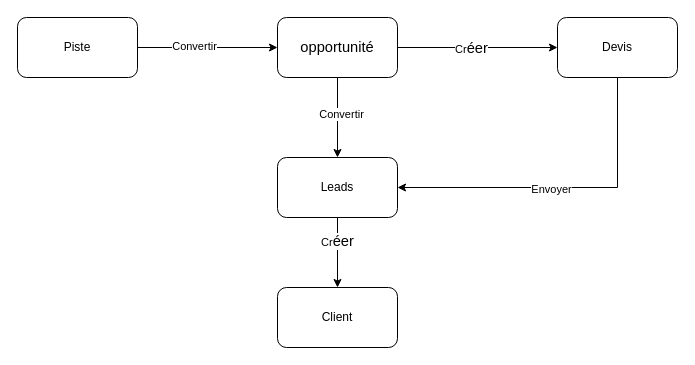
Before: Workflow/Workflow-CRM.drawio in Shermine237/odoo-CRM, a draw.io diagram. Source tidied: cells renumbered, new cells numbered last; positions are measured from the earlier drawing's top-left corner, leaving out a move shared by most shapes. Both pictures are drawn from the tidied source at 100%, with x=0, y=0 at pixel (17, 17).
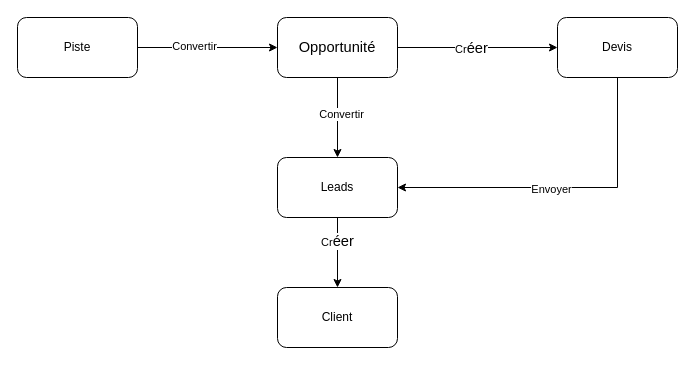
Above is the later version.

Change to the diagram source:
```diff
@@
 <mxGraphModel>
   <root>
     <mxCell id="0" />
     <mxCell id="1" parent="0" />
     <mxCell id="2" style="edgeStyle=orthogonalEdgeStyle;rounded=0;jettySize=auto;html=1;entryX=0;entryY=0.5;entryDx=0;entryDy=0;" parent="1" edge="1" source="4" target="9">
       <mxGeometry relative="1" as="geometry" />
     </mxCell>
     <mxCell id="3" value="Convertir" style="edgeLabel;html=1;align=center;verticalAlign=middle;" parent="2" vertex="1">
       <mxGeometry x="-0.2" y="2" relative="1" as="geometry" />
     </mxCell>
     <mxCell id="4" value="Piste" style="rounded=1;whiteSpace=wrap;html=1;" parent="1" vertex="1">
       <mxGeometry width="120" height="60" as="geometry" />
     </mxCell>
     <mxCell id="5" style="edgeStyle=orthogonalEdgeStyle;rounded=0;jettySize=auto;html=1;exitX=1;exitY=0.5;exitDx=0;exitDy=0;entryX=0;entryY=0.5;entryDx=0;entryDy=0;" parent="1" edge="1" source="9" target="12">
       <mxGeometry relative="1" as="geometry" />
     </mxCell>
     <mxCell id="6" value="Cr&lt;span style=&quot;font-size:11.0pt;line-height:&lt;br/&gt;107%;font-family:&amp;quot;Calibri&amp;quot;,sans-serif;mso-ascii-theme-font:minor-latin;&lt;br/&gt;mso-fareast-font-family:Calibri;mso-fareast-theme-font:minor-latin;mso-hansi-theme-font:&lt;br/&gt;minor-latin;mso-bidi-font-family:&amp;quot;Times New Roman&amp;quot;;mso-bidi-theme-font:minor-bidi;&lt;br/&gt;mso-ansi-language:FR;mso-fareast-language:EN-US;mso-bidi-language:AR-SA&quot; lang=&quot;FR&quot;&gt;éer&lt;/span&gt;" style="edgeLabel;html=1;align=center;verticalAlign=middle;" parent="5" vertex="1">
       <mxGeometry x="-0.09" relative="1" as="geometry" />
     </mxCell>
     <mxCell id="7" style="edgeStyle=orthogonalEdgeStyle;rounded=0;jettySize=auto;html=1;exitX=0.5;exitY=1;exitDx=0;exitDy=0;entryX=0.5;entryY=0;entryDx=0;entryDy=0;" parent="1" edge="1" source="9" target="15">
       <mxGeometry relative="1" as="geometry" />
     </mxCell>
     <mxCell id="8" value="Convertir" style="edgeLabel;html=1;align=center;verticalAlign=middle;" parent="7" vertex="1">
       <mxGeometry x="-0.11" y="3" relative="1" as="geometry" />
     </mxCell>
-    <mxCell id="9" value="&lt;span style=&quot;font-size:11.0pt;line-height:&lt;br/&gt;107%;font-family:&amp;quot;Calibri&amp;quot;,sans-serif;mso-ascii-theme-font:minor-latin;&lt;br/&gt;mso-fareast-font-family:Calibri;mso-fareast-theme-font:minor-latin;mso-hansi-theme-font:&lt;br/&gt;minor-latin;mso-bidi-font-family:&amp;quot;Times New Roman&amp;quot;;mso-bidi-theme-font:minor-bidi;&lt;br/&gt;mso-ansi-language:FR;mso-fareast-language:EN-US;mso-bidi-language:AR-SA&quot; lang=&quot;FR&quot;&gt;opportunité&lt;/span&gt;" style="rounded=1;whiteSpace=wrap;html=1;" parent="1" vertex="1">
+    <mxCell id="9" value="&lt;span style=&quot;font-size:11.0pt;line-height:&lt;br/&gt;107%;font-family:&amp;quot;Calibri&amp;quot;,sans-serif;mso-ascii-theme-font:minor-latin;&lt;br/&gt;mso-fareast-font-family:Calibri;mso-fareast-theme-font:minor-latin;mso-hansi-theme-font:&lt;br/&gt;minor-latin;mso-bidi-font-family:&amp;quot;Times New Roman&amp;quot;;mso-bidi-theme-font:minor-bidi;&lt;br/&gt;mso-ansi-language:FR;mso-fareast-language:EN-US;mso-bidi-language:AR-SA&quot; lang=&quot;FR&quot;&gt;Opportunité&lt;/span&gt;" style="rounded=1;whiteSpace=wrap;html=1;" parent="1" vertex="1">
       <mxGeometry x="260" width="120" height="60" as="geometry" />
     </mxCell>
     <mxCell id="10" style="edgeStyle=orthogonalEdgeStyle;rounded=0;jettySize=auto;html=1;exitX=0.5;exitY=1;exitDx=0;exitDy=0;entryX=1;entryY=0.5;entryDx=0;entryDy=0;" parent="1" edge="1" source="12" target="15">
       <mxGeometry relative="1" as="geometry" />
     </mxCell>
     <mxCell id="11" value="Envoyer" style="edgeLabel;html=1;align=center;verticalAlign=middle;" parent="10" vertex="1">
       <mxGeometry x="0.07" y="1" relative="1" as="geometry" />
     </mxCell>
     <mxCell id="12" value="Devis" style="rounded=1;whiteSpace=wrap;html=1;" parent="1" vertex="1">
       <mxGeometry x="540" width="120" height="60" as="geometry" />
     </mxCell>
     <mxCell id="13" style="edgeStyle=orthogonalEdgeStyle;rounded=0;jettySize=auto;html=1;exitX=0.5;exitY=1;exitDx=0;exitDy=0;entryX=0.5;entryY=0;entryDx=0;entryDy=0;" parent="1" edge="1" source="15" target="16">
       <mxGeometry relative="1" as="geometry" />
     </mxCell>
     <mxCell id="14" value="Cr&lt;span style=&quot;font-size:11.0pt;line-height:&lt;br/&gt;107%;font-family:&amp;quot;Calibri&amp;quot;,sans-serif;mso-ascii-theme-font:minor-latin;&lt;br/&gt;mso-fareast-font-family:Calibri;mso-fareast-theme-font:minor-latin;mso-hansi-theme-font:&lt;br/&gt;minor-latin;mso-bidi-font-family:&amp;quot;Times New Roman&amp;quot;;mso-bidi-theme-font:minor-bidi;&lt;br/&gt;mso-ansi-language:FR;mso-fareast-language:EN-US;mso-bidi-language:AR-SA&quot; lang=&quot;FR&quot;&gt;éer&lt;/span&gt;" style="edgeLabel;html=1;align=center;verticalAlign=middle;" parent="13" vertex="1">
       <mxGeometry x="-0.33" y="-1" relative="1" as="geometry" />
     </mxCell>
     <mxCell id="15" value="Leads" style="rounded=1;whiteSpace=wrap;html=1;" parent="1" vertex="1">
       <mxGeometry x="260" y="140" width="120" height="60" as="geometry" />
     </mxCell>
     <mxCell id="16" value="Client" style="rounded=1;whiteSpace=wrap;html=1;" parent="1" vertex="1">
       <mxGeometry x="260" y="270" width="120" height="60" as="geometry" />
     </mxCell>
   </root>
 </mxGraphModel>
```
